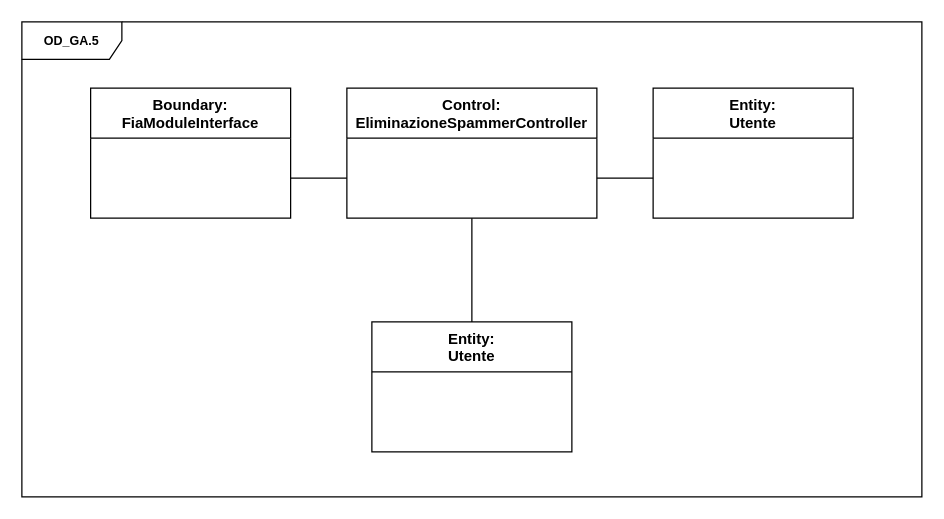
EmmanuelEngineer/E.M.A.A. keeps this draw.io diagram as page "OD_UC_GA.5" (1 of 4) of Schemi/RAD/ObjectDiagrams.drawio. Above is the earlier version. Source tidied: cells renumbered, new cells numbered last; positions are measured from the earlier drawing's top-left corner, leaving out a move shared by most shapes. Both pictures are drawn from the tidied source at 125%, with x=0, y=0 at pixel (21, 21).
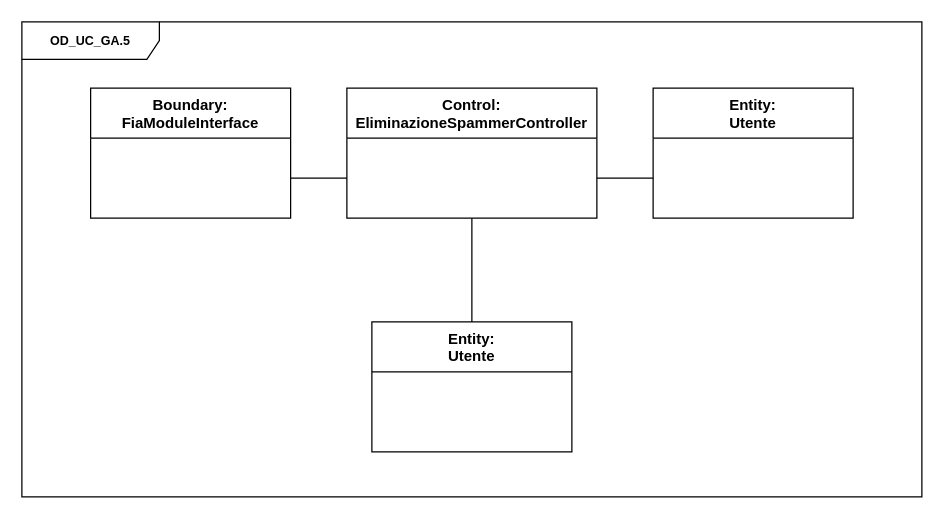
Above is the later version.

What changed in the source:
```diff
@@
 <mxGraphModel>
   <root>
     <mxCell id="0" />
     <mxCell id="1" parent="0" />
-    <mxCell id="2" value="&lt;font style=&quot;font-size: 10px&quot;&gt;&lt;b&gt;OD_GA.5&lt;/b&gt;&lt;/font&gt;" style="shape=umlFrame;whiteSpace=wrap;html=1;width=80;height=30;" parent="1" vertex="1">
+    <mxCell id="2" value="&lt;font style=&quot;font-size: 10px&quot;&gt;&lt;b&gt;OD_&lt;/b&gt;&lt;b&gt;UC_&lt;/b&gt;&lt;b&gt;GA.5&lt;/b&gt;&lt;/font&gt;" style="shape=umlFrame;whiteSpace=wrap;html=1;width=110;height=30;" parent="1" vertex="1">
       <mxGeometry width="720" height="380" as="geometry" />
     </mxCell>
     <mxCell id="3" value="Entity:&#10;Utente" style="swimlane;fontStyle=1;align=center;verticalAlign=top;horizontal=1;startSize=40;rotation=0;" parent="1" vertex="1">
       <mxGeometry x="505" y="53" width="160" height="104" as="geometry" />
     </mxCell>
     <mxCell id="4" style="line;strokeWidth=1;fillColor=#FFFFFF;align=left;verticalAlign=middle;spacingTop=-1;spacingLeft=3;spacingRight=3;labelPosition=right;points=[];portConstraint=eastwest;strokeColor=none;" parent="3" vertex="1">
       <mxGeometry y="40" width="160" height="64" as="geometry" />
     </mxCell>
     <mxCell id="5" style="edgeStyle=orthogonalEdgeStyle;rounded=0;jettySize=auto;html=1;exitX=0.5;exitY=1;exitDx=0;exitDy=0;endArrow=none;endFill=0;" parent="1" edge="1" source="6" target="12">
       <mxGeometry relative="1" as="geometry" />
     </mxCell>
     <mxCell id="6" value="Control:&#10;EliminazioneSpammerController" style="swimlane;fontStyle=1;align=center;verticalAlign=top;horizontal=1;startSize=40;" parent="1" vertex="1">
       <mxGeometry x="260" y="53" width="200" height="104" as="geometry" />
     </mxCell>
     <mxCell id="7" style="line;strokeWidth=1;fillColor=default;align=left;verticalAlign=middle;spacingTop=-1;spacingLeft=3;spacingRight=3;labelPosition=right;points=[];portConstraint=eastwest;strokeColor=none;" parent="6" vertex="1">
       <mxGeometry y="40" width="200" height="64" as="geometry" />
     </mxCell>
     <mxCell id="8" value="Boundary:&#10;FiaModuleInterface" style="swimlane;fontStyle=1;align=center;verticalAlign=top;horizontal=1;startSize=40;" parent="1" vertex="1">
       <mxGeometry x="55" y="53" width="160" height="104" as="geometry" />
     </mxCell>
     <mxCell id="9" style="line;strokeWidth=1;fillColor=none;align=left;verticalAlign=middle;spacingTop=-1;spacingLeft=3;spacingRight=3;labelPosition=right;points=[];portConstraint=eastwest;strokeColor=none;" parent="8" vertex="1">
       <mxGeometry y="40" width="160" height="64" as="geometry" />
     </mxCell>
     <mxCell id="10" style="edgeStyle=orthogonalEdgeStyle;rounded=0;jettySize=auto;html=1;endArrow=none;endFill=0;" parent="1" edge="1" source="7" target="4">
       <mxGeometry relative="1" as="geometry" />
     </mxCell>
     <mxCell id="11" style="edgeStyle=orthogonalEdgeStyle;rounded=0;jettySize=auto;html=1;endArrow=none;endFill=0;" parent="1" edge="1" source="7" target="9">
       <mxGeometry relative="1" as="geometry" />
     </mxCell>
     <mxCell id="12" value="Entity:&#10;Utente" style="swimlane;fontStyle=1;align=center;verticalAlign=top;horizontal=1;startSize=40;rotation=0;" parent="1" vertex="1">
       <mxGeometry x="280" y="240" width="160" height="104" as="geometry" />
     </mxCell>
     <mxCell id="13" style="line;strokeWidth=1;fillColor=#FFFFFF;align=left;verticalAlign=middle;spacingTop=-1;spacingLeft=3;spacingRight=3;labelPosition=right;strokeColor=none;" parent="12" vertex="1">
       <mxGeometry y="40" width="160" height="64" as="geometry" />
     </mxCell>
   </root>
 </mxGraphModel>
```
